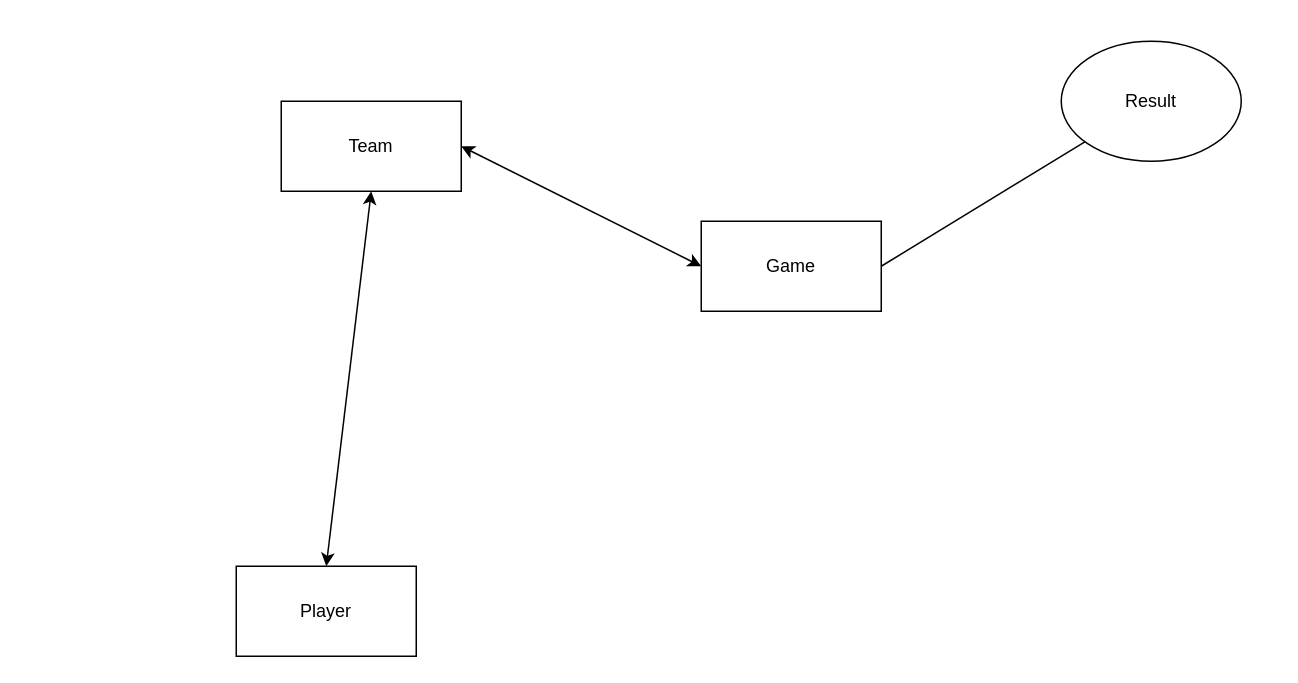
Earlier version of the draw.io diagram Untitled Diagram.drawio (TWL27/JADS). Source tidied: cells renumbered, new cells numbered last; positions are measured from the earlier drawing's top-left corner, leaving out a move shared by most shapes. Both pictures are drawn from the tidied source at 150%, with x=0, y=0 at pixel (236, 40).
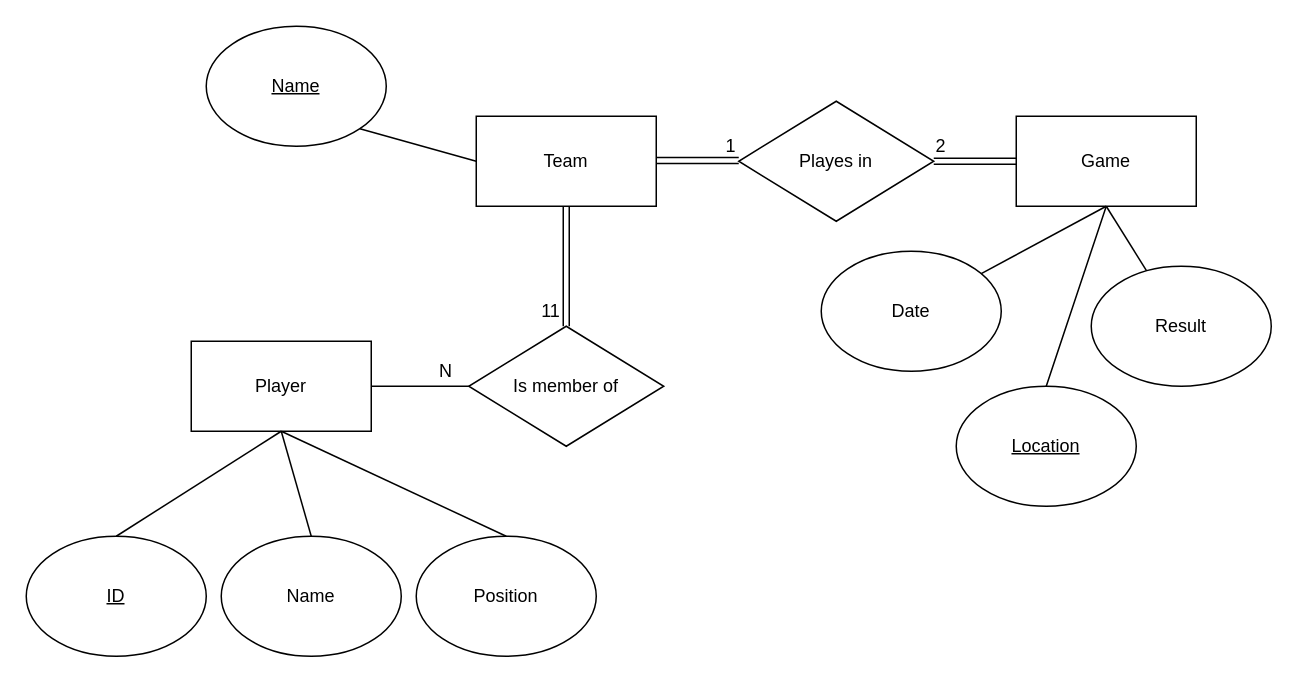
Above is the later version.

Diff of the diagram source:
```diff
@@
     <mxCell id="2" value="Player" style="rounded=0;whiteSpace=wrap;html=1;" parent="1" vertex="1">
-      <mxGeometry y="350" width="120" height="60" as="geometry" />
+      <mxGeometry x="-30" y="200" width="120" height="60" as="geometry" />
     </mxCell>
     <mxCell id="3" value="Team" style="rounded=0;whiteSpace=wrap;html=1;" parent="1" vertex="1">
-      <mxGeometry x="30" y="40" width="120" height="60" as="geometry" />
+      <mxGeometry x="160" y="50" width="120" height="60" as="geometry" />
     </mxCell>
     <mxCell id="4" value="Game" style="rounded=0;whiteSpace=wrap;html=1;" parent="1" vertex="1">
-      <mxGeometry x="310" y="120" width="120" height="60" as="geometry" />
+      <mxGeometry x="520" y="50" width="120" height="60" as="geometry" />
     </mxCell>
-    <mxCell id="5" style="endArrow=classic;startArrow=classic;html=1;entryX=0.5;entryY=1;entryDx=0;entryDy=0;exitX=0.5;exitY=0;exitDx=0;exitDy=0;" parent="1" edge="1" source="2" target="3">
-      <mxGeometry relative="1" as="geometry" />
-    </mxCell>
-    <mxCell id="6" style="endArrow=classic;startArrow=classic;html=1;exitX=1;exitY=0.5;exitDx=0;exitDy=0;entryX=0;entryY=0.5;entryDx=0;entryDy=0;" parent="1" edge="1" source="3" target="4">
-      <mxGeometry relative="1" as="geometry" />
-    </mxCell>
     <mxCell id="7" value="Result" style="ellipse;whiteSpace=wrap;html=1;" parent="1" vertex="1">
-      <mxGeometry x="550" width="120" height="80" as="geometry" />
+      <mxGeometry x="570" y="150" width="120" height="80" as="geometry" />
     </mxCell>
-    <mxCell id="8" style="endArrow=none;html=1;exitX=1;exitY=0.5;exitDx=0;exitDy=0;" parent="1" edge="1" source="4" target="7">
+    <mxCell id="8" style="endArrow=none;html=1;exitX=0.5;exitY=1;exitDx=0;exitDy=0;" parent="1" edge="1" source="4" target="7">
       <mxGeometry relative="1" as="geometry" />
     </mxCell>
+    <mxCell id="9" value="Name" style="ellipse;whiteSpace=wrap;html=1;" parent="1" vertex="1">
+      <mxGeometry x="-10" y="330" width="120" height="80" as="geometry" />
+    </mxCell>
+    <mxCell id="10" style="endArrow=none;html=1;exitX=0.5;exitY=1;exitDx=0;exitDy=0;entryX=0.5;entryY=0;entryDx=0;entryDy=0;" parent="1" edge="1" source="2" target="11">
+      <mxGeometry relative="1" as="geometry" />
+    </mxCell>
+    <mxCell id="11" value="Position" style="ellipse;whiteSpace=wrap;html=1;" parent="1" vertex="1">
+      <mxGeometry x="120" y="330" width="120" height="80" as="geometry" />
+    </mxCell>
+    <mxCell id="12" value="Is member of" style="rhombus;whiteSpace=wrap;html=1;" parent="1" vertex="1">
+      <mxGeometry x="155" y="190" width="130" height="80" as="geometry" />
+    </mxCell>
+    <mxCell id="13" value="Playes in" style="rhombus;whiteSpace=wrap;html=1;" parent="1" vertex="1">
+      <mxGeometry x="335" y="40" width="130" height="80" as="geometry" />
+    </mxCell>
+    <mxCell id="14" value="11" style="text;html=1;strokeColor=none;fillColor=none;align=center;verticalAlign=middle;whiteSpace=wrap;rounded=0;" parent="1" vertex="1">
+      <mxGeometry x="190" y="170" width="40" height="20" as="geometry" />
+    </mxCell>
+    <mxCell id="15" style="shape=link;endArrow=classic;startArrow=classic;html=1;exitX=0.5;exitY=1;exitDx=0;exitDy=0;" parent="1" edge="1" source="3" target="12">
+      <mxGeometry relative="1" as="geometry" />
+    </mxCell>
+    <mxCell id="16" style="endArrow=none;html=1;entryX=1;entryY=0.5;entryDx=0;entryDy=0;exitX=0;exitY=0.5;exitDx=0;exitDy=0;" parent="1" edge="1" source="12" target="2">
+      <mxGeometry relative="1" as="geometry" />
+    </mxCell>
+    <mxCell id="17" style="endArrow=none;html=1;exitX=0.5;exitY=1;exitDx=0;exitDy=0;entryX=0.5;entryY=0;entryDx=0;entryDy=0;" parent="1" edge="1" source="2" target="9">
+      <mxGeometry relative="1" as="geometry" />
+    </mxCell>
+    <mxCell id="18" value="1" style="text;html=1;strokeColor=none;fillColor=none;align=center;verticalAlign=middle;whiteSpace=wrap;rounded=0;" parent="1" vertex="1">
+      <mxGeometry x="310" y="60" width="40" height="20" as="geometry" />
+    </mxCell>
+    <mxCell id="19" value="2" style="text;html=1;strokeColor=none;fillColor=none;align=center;verticalAlign=middle;whiteSpace=wrap;rounded=0;" parent="1" vertex="1">
+      <mxGeometry x="450" y="60" width="40" height="20" as="geometry" />
+    </mxCell>
+    <mxCell id="20" style="shape=link;endArrow=classic;startArrow=classic;html=1;exitX=0;exitY=0.5;exitDx=0;exitDy=0;entryX=1;entryY=0.5;entryDx=0;entryDy=0;" parent="1" edge="1" source="4" target="13">
+      <mxGeometry relative="1" as="geometry" />
+    </mxCell>
+    <mxCell id="21" style="shape=link;endArrow=classic;startArrow=classic;html=1;exitX=0;exitY=0.5;exitDx=0;exitDy=0;entryX=1;entryY=0.5;entryDx=0;entryDy=0;" parent="1" edge="1">
+      <mxGeometry relative="1" as="geometry">
+        <mxPoint x="335" y="79.5" as="sourcePoint" />
+        <mxPoint x="280" y="79.5" as="targetPoint" />
+      </mxGeometry>
+    </mxCell>
+    <mxCell id="22" value="N" style="text;html=1;strokeColor=none;fillColor=none;align=center;verticalAlign=middle;whiteSpace=wrap;rounded=0;" parent="1" vertex="1">
+      <mxGeometry x="120" y="210" width="40" height="20" as="geometry" />
+    </mxCell>
+    <mxCell id="23" value="&lt;u&gt;ID&lt;/u&gt;" style="ellipse;whiteSpace=wrap;html=1;" parent="1" vertex="1">
+      <mxGeometry x="-140" y="330" width="120" height="80" as="geometry" />
+    </mxCell>
+    <mxCell id="24" style="endArrow=none;html=1;exitX=0.5;exitY=1;exitDx=0;exitDy=0;entryX=0.5;entryY=0;entryDx=0;entryDy=0;" parent="1" edge="1" source="2" target="23">
+      <mxGeometry relative="1" as="geometry" />
+    </mxCell>
+    <mxCell id="25" value="&lt;u&gt;Location&lt;/u&gt;" style="ellipse;whiteSpace=wrap;html=1;" parent="1" vertex="1">
+      <mxGeometry x="480" y="230" width="120" height="80" as="geometry" />
+    </mxCell>
+    <mxCell id="26" value="Date" style="ellipse;whiteSpace=wrap;html=1;" parent="1" vertex="1">
+      <mxGeometry x="390" y="140" width="120" height="80" as="geometry" />
+    </mxCell>
+    <mxCell id="27" style="endArrow=none;html=1;exitX=0.5;exitY=1;exitDx=0;exitDy=0;entryX=0.5;entryY=0;entryDx=0;entryDy=0;" parent="1" edge="1" source="4" target="25">
+      <mxGeometry relative="1" as="geometry" />
+    </mxCell>
+    <mxCell id="28" style="endArrow=none;html=1;" parent="1" edge="1" target="26">
+      <mxGeometry relative="1" as="geometry">
+        <mxPoint x="580" y="110" as="sourcePoint" />
+      </mxGeometry>
+    </mxCell>
+    <mxCell id="29" value="&lt;u&gt;Name&lt;/u&gt;" style="ellipse;whiteSpace=wrap;html=1;" parent="1" vertex="1">
+      <mxGeometry x="-20" y="-10" width="120" height="80" as="geometry" />
+    </mxCell>
+    <mxCell id="30" style="endArrow=none;html=1;entryX=1;entryY=1;entryDx=0;entryDy=0;exitX=0;exitY=0.5;exitDx=0;exitDy=0;" parent="1" edge="1" source="3" target="29">
+      <mxGeometry relative="1" as="geometry" />
+    </mxCell>
```
